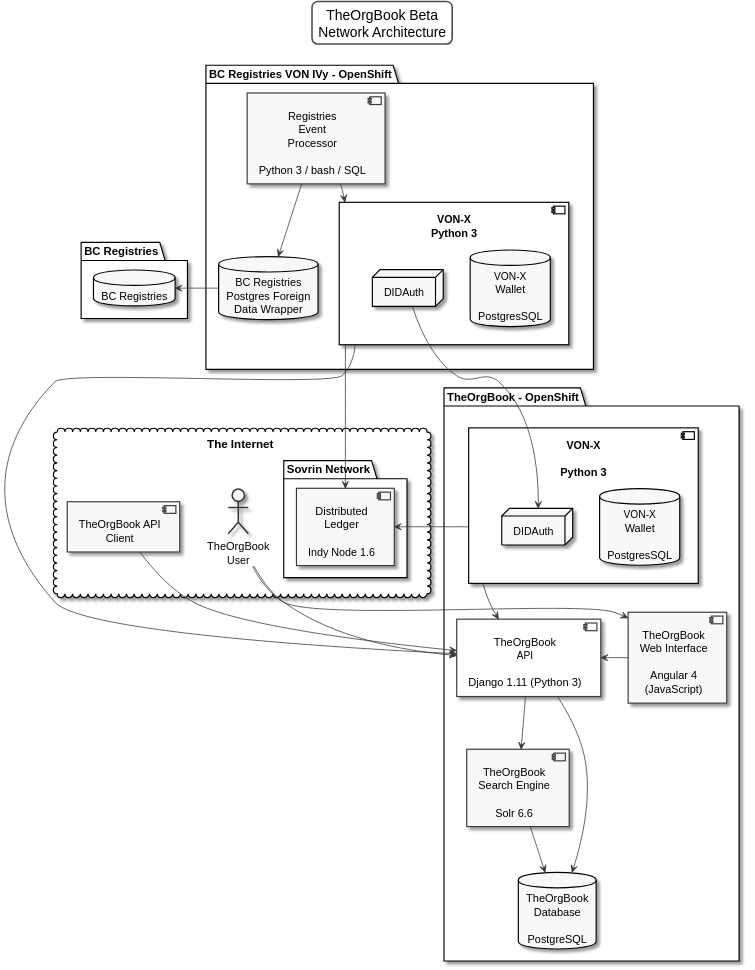
This is docs/assets/images/BC-Architecture.svg from bcgov/von, a PlantUML export, as it was before one commit. Its diagram source:
```plantuml
@startuml "TheOrgBook Beta"

skinparam defaultTextAlignment center

skinparam titleBorderRoundCorner 15
skinparam titleBorderThickness 2
skinparam titleBorderColor red
skinparam titleBackgroundColor White
title TheOrgBook Beta\nNetwork Architecture

skinparam monochrome true

skinparam componentStyle uml2

cloud "The Internet" {
   actor "TheOrgBook\nUser" as TOBUSER
   component "TheOrgBook API\nClient" as TOBAPIUSER
    package "Sovrin Network" as SL {
        component "Distributed\nLedger\n\nIndy Node 1.6" as DL
        BCRVONX --> DL
        TOBVONX --> DL
    }
}


package "BC Registries VON IVy - OpenShift" {
    database "BC Registries\nPostgres Foreign\nData Wrapper" as BCRFDW
    component "Registries\nEvent\nProcessor\n\nPython 3 / bash / SQL" as BCREP
    BCREP --> BCRFDW
    component "VON-X\nPython 3" as BCRVONX {
        database "VON-X\nWallet\n\nPostgresSQL" as BCRWALL
        node "DIDAuth" as BCRVONXDA
    }
    BCREP --> BCRVONX
}

package "BC Registries" {
  database "BC Registries" as BCRDB
}
BCRFDW -left-> BCRDB

package "TheOrgBook - OpenShift" {
    component "VON-X\n\nPython 3" as TOBVONX {
        database "VON-X\nWallet\n\nPostgresSQL" as TOBWall
        node "DIDAuth" as TOBVONXDA
    }
    BCRVONXDA --> TOBVONXDA

    component "TheOrgBook\nAPI\n\nDjango 1.11 (Python 3)" as TOBAPI {
    }
    component "TheOrgBook\nSearch Engine\n\nSolr 6.6" as TOBSEARCH
    TOBAPI --> TOBSEARCH
    database "TheOrgBook\nDatabase\n\nPostgreSQL" as TOBDB
    component "TheOrgBook\nWeb Interface\n\nAngular 4\n(JavaScript)" as TOBUI

    TOBAPI --> TOBDB
    TOBSEARCH --> TOBDB
}


BCRVONX --> TOBAPI
TOBVONX --> TOBAPI
TOBUI -LEFT-> TOBAPI

TOBUSER --> TOBUI
TOBUSER --> TOBAPI
TOBAPIUSER --> TOBAPI


scale .55
@enduml
```
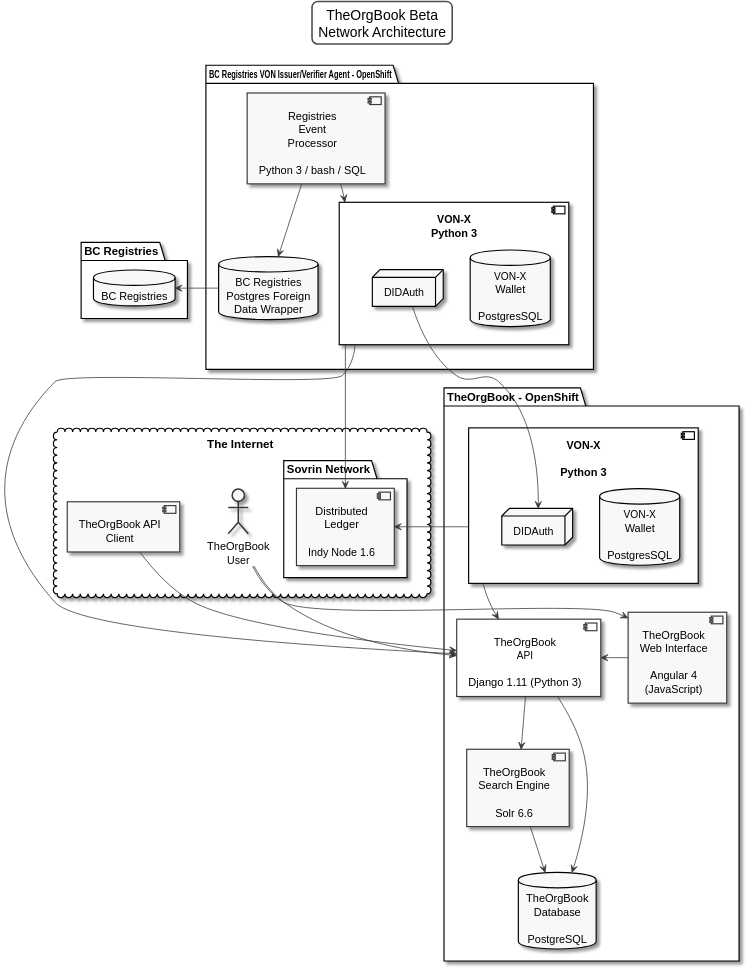
Above is the later version.

Change to the diagram source:
```diff
@@ -23,7 +23,7 @@
 }
 
 
-package "BC Registries VON IVy - OpenShift" {
+package "BC Registries VON Issuer/Verifier Agent - OpenShift" {
     database "BC Registries\nPostgres Foreign\nData Wrapper" as BCRFDW
     component "Registries\nEvent\nProcessor\n\nPython 3 / bash / SQL" as BCREP
     BCREP --> BCRFDW
```
